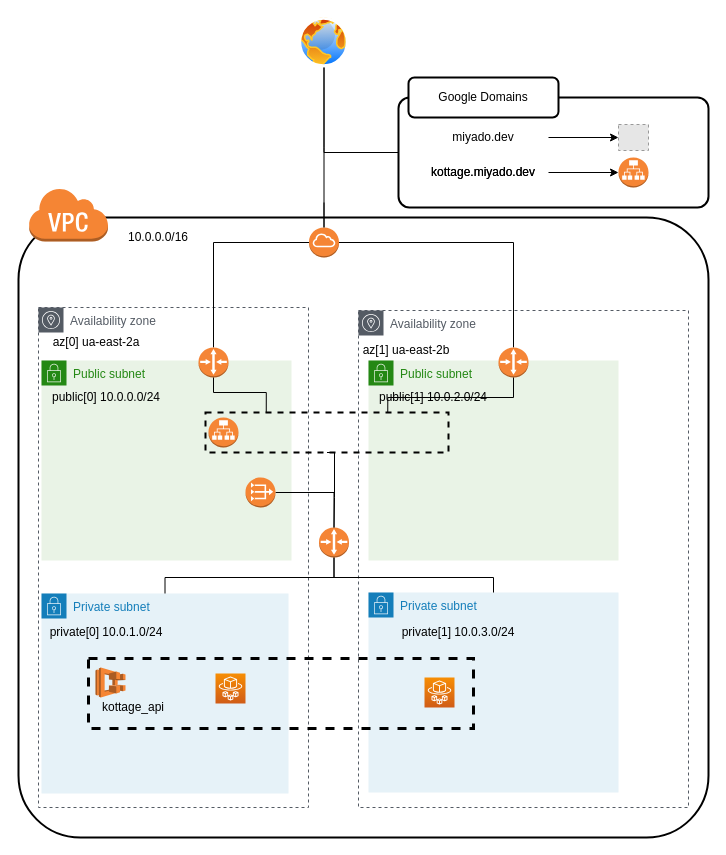
Above: infra/kottage-network.drawio in hmiyado/kottage (draw.io), before the change. Source tidied: cells renumbered, new cells numbered last; positions are measured from the earlier drawing's top-left corner, leaving out a move shared by most shapes. Both pictures are drawn from the tidied source at 100%, with x=0, y=0 at pixel (18, 17). Pictures stored in the file or linked from it are replaced by grey dashed boxes.
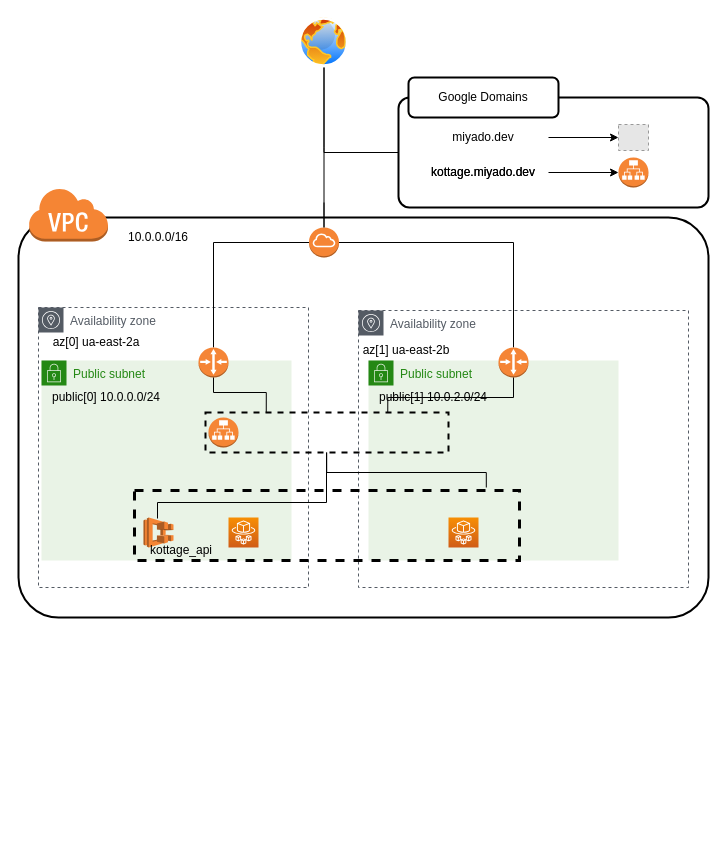
Above is the later version.

Commit message (it also covers changes not shown here):
move fargate network from private to public

The change refers to these unchanged cells:
```xml
<mxCell id="38" style="rounded=0;whiteSpace=wrap;html=1;fillColor=none;strokeWidth=2;dashed=1;" parent="1" vertex="1">
  <mxGeometry x="187" y="395" width="243" height="40" as="geometry" />
</mxCell>
```

Diff of the diagram source:
```diff
@@
     <mxCell id="2" style="rounded=1;arcSize=10;dashed=0;fillColor=none;gradientColor=none;strokeWidth=2;" parent="1" vertex="1">
-      <mxGeometry y="200" width="690" height="620" as="geometry" />
+      <mxGeometry y="200" width="690" height="400" as="geometry" />
     </mxCell>
     <mxCell id="3" value="Availability zone" style="gradientColor=none;html=1;whiteSpace=wrap;fontSize=12;fontStyle=0;shape=mxgraph.aws4.group;grIcon=mxgraph.aws4.group_availability_zone;strokeColor=#545B64;fillColor=none;verticalAlign=top;align=left;spacingLeft=30;fontColor=#545B64;dashed=1;" parent="1" vertex="1">
-      <mxGeometry x="20" y="290" width="270" height="500" as="geometry" />
+      <mxGeometry x="20" y="290" width="270" height="280" as="geometry" />
     </mxCell>
-    <mxCell id="4" value="Private subnet" style="points=[[0,0],[0.25,0],[0.5,0],[0.75,0],[1,0],[1,0.25],[1,0.5],[1,0.75],[1,1],[0.75,1],[0.5,1],[0.25,1],[0,1],[0,0.75],[0,0.5],[0,0.25]];outlineConnect=0;gradientColor=none;html=1;whiteSpace=wrap;fontSize=12;fontStyle=0;shape=mxgraph.aws4.group;grIcon=mxgraph.aws4.group_security_group;grStroke=0;strokeColor=#147EBA;fillColor=#E6F2F8;verticalAlign=top;align=left;spacingLeft=30;fontColor=#147EBA;dashed=0;" parent="1" vertex="1">
-      <mxGeometry x="23" y="576" width="247" height="200" as="geometry" />
-    </mxCell>
     <mxCell id="5" value="Availability zone" style="gradientColor=none;html=1;whiteSpace=wrap;fontSize=12;fontStyle=0;shape=mxgraph.aws4.group;grIcon=mxgraph.aws4.group_availability_zone;strokeColor=#545B64;fillColor=none;verticalAlign=top;align=left;spacingLeft=30;fontColor=#545B64;dashed=1;" parent="1" vertex="1">
-      <mxGeometry x="340" y="293" width="330" height="497" as="geometry" />
+      <mxGeometry x="340" y="293" width="330" height="277" as="geometry" />
     </mxCell>
@@
-    <mxCell id="10" value="private[0] 10.0.1.0/24" style="text;html=1;strokeColor=none;fillColor=none;align=center;verticalAlign=middle;whiteSpace=wrap;rounded=0;" parent="1" vertex="1">
-      <mxGeometry x="28" y="605" width="120" height="20" as="geometry" />
-    </mxCell>
-    <mxCell id="11" value="Private subnet" style="points=[[0,0],[0.25,0],[0.5,0],[0.75,0],[1,0],[1,0.25],[1,0.5],[1,0.75],[1,1],[0.75,1],[0.5,1],[0.25,1],[0,1],[0,0.75],[0,0.5],[0,0.25]];outlineConnect=0;gradientColor=none;html=1;whiteSpace=wrap;fontSize=12;fontStyle=0;shape=mxgraph.aws4.group;grIcon=mxgraph.aws4.group_security_group;grStroke=0;strokeColor=#147EBA;fillColor=#E6F2F8;verticalAlign=top;align=left;spacingLeft=30;fontColor=#147EBA;dashed=0;" parent="1" vertex="1">
-      <mxGeometry x="350" y="575" width="250" height="200" as="geometry" />
-    </mxCell>
-    <mxCell id="12" value="private[1] 10.0.3.0/24" style="text;html=1;strokeColor=none;fillColor=none;align=center;verticalAlign=middle;whiteSpace=wrap;rounded=0;" parent="1" vertex="1">
-      <mxGeometry x="380" y="605" width="120" height="20" as="geometry" />
-    </mxCell>
@@
-    <mxCell id="17" style="edgeStyle=elbowEdgeStyle;rounded=0;jettySize=auto;html=1;endArrow=none;endFill=0;strokeColor=#000000;elbow=vertical;exitX=0.5;exitY=0;exitDx=0;exitDy=0;exitPerimeter=0;entryX=0.5;entryY=0;entryDx=0;entryDy=0;" parent="1" edge="1" source="30" target="4">
+    <mxCell id="17" style="edgeStyle=elbowEdgeStyle;rounded=0;orthogonalLoop=1;jettySize=auto;html=1;endArrow=none;endFill=0;strokeColor=#000000;elbow=vertical;exitX=0.5;exitY=0;exitDx=0;exitDy=0;exitPerimeter=0;entryX=0.5;entryY=0;entryDx=0;entryDy=0;" parent="1" edge="1">
       <mxGeometry relative="1" as="geometry">
+        <mxPoint x="308" y="435" as="sourcePoint" />
+        <mxPoint x="139" y="501" as="targetPoint" />
         <Array as="points">
-          <mxPoint x="220" y="560" />
-          <mxPoint x="270" y="610" />
-          <mxPoint x="380" y="370" />
+          <mxPoint x="212.5" y="485" />
+          <mxPoint x="262.5" y="535" />
+          <mxPoint x="372.5" y="295" />
         </Array>
       </mxGeometry>
     </mxCell>
@@
-    <mxCell id="19" style="edgeStyle=elbowEdgeStyle;rounded=0;jettySize=auto;elbow=vertical;html=1;exitX=1;exitY=0.5;exitDx=0;exitDy=0;exitPerimeter=0;endArrow=none;endFill=0;strokeColor=#000000;entryX=0.5;entryY=0;entryDx=0;entryDy=0;entryPerimeter=0;" parent="1" edge="1" source="20" target="30">
-      <mxGeometry relative="1" as="geometry">
-        <Array as="points">
-          <mxPoint x="310" y="475" />
-          <mxPoint x="390" y="465" />
-        </Array>
-      </mxGeometry>
-    </mxCell>
-    <mxCell id="20" style="outlineConnect=0;dashed=0;verticalLabelPosition=bottom;verticalAlign=top;align=center;html=1;shape=mxgraph.aws3.vpc_nat_gateway;fillColor=#F58534;gradientColor=none;" parent="1" vertex="1">
-      <mxGeometry x="227" y="460" width="30" height="30" as="geometry" />
-    </mxCell>
     <mxCell id="21" style="fontColor=#232F3E;gradientColor=#F78E04;gradientDirection=north;fillColor=#D05C17;strokeColor=#ffffff;dashed=0;verticalLabelPosition=bottom;verticalAlign=top;align=center;html=1;fontSize=12;fontStyle=0;shape=mxgraph.aws4.resourceIcon;resIcon=mxgraph.aws4.fargate;" parent="1" vertex="1">
-      <mxGeometry x="197" y="656" width="30" height="30" as="geometry" />
+      <mxGeometry x="210" y="500" width="30" height="30" as="geometry" />
     </mxCell>
-    <mxCell id="22" style="edgeStyle=elbowEdgeStyle;rounded=0;jettySize=auto;elbow=vertical;html=1;exitX=0.5;exitY=0;exitDx=0;exitDy=0;endArrow=none;endFill=0;strokeColor=#000000;" parent="1" edge="1" source="11" target="30">
+    <mxCell id="22" style="edgeStyle=elbowEdgeStyle;rounded=0;orthogonalLoop=1;jettySize=auto;elbow=vertical;html=1;exitX=0.5;exitY=0;exitDx=0;exitDy=0;endArrow=none;endFill=0;strokeColor=#000000;" parent="1" edge="1">
       <mxGeometry relative="1" as="geometry">
+        <mxPoint x="467.8" y="470" as="sourcePoint" />
+        <mxPoint x="308.2" y="435" as="targetPoint" />
         <Array as="points">
-          <mxPoint x="410" y="560" />
-          <mxPoint x="370" y="630" />
-          <mxPoint x="1090" y="847" />
+          <mxPoint x="402.8" y="455" />
+          <mxPoint x="362.8" y="525" />
+          <mxPoint x="1082.8" y="742" />
         </Array>
       </mxGeometry>
     </mxCell>
     <mxCell id="23" style="fontColor=#232F3E;gradientColor=#F78E04;gradientDirection=north;fillColor=#D05C17;strokeColor=#ffffff;dashed=0;verticalLabelPosition=bottom;verticalAlign=top;align=center;html=1;fontSize=12;fontStyle=0;shape=mxgraph.aws4.resourceIcon;resIcon=mxgraph.aws4.fargate;" parent="1" vertex="1">
-      <mxGeometry x="406" y="660" width="30" height="30" as="geometry" />
+      <mxGeometry x="430" y="500" width="30" height="30" as="geometry" />
     </mxCell>
     <mxCell id="24" style="dashed=0;verticalLabelPosition=bottom;verticalAlign=top;align=center;html=1;shape=mxgraph.aws3.ecs;fillColor=#F58534;gradientColor=none;" parent="1" vertex="1">
-      <mxGeometry x="77" y="650" width="30" height="30" as="geometry" />
+      <mxGeometry x="125" y="500" width="30" height="30" as="geometry" />
     </mxCell>
     <mxCell id="25" value="kottage_api" style="text;html=1;strokeColor=none;align=center;verticalAlign=middle;whiteSpace=wrap;rounded=0;dashed=1;" parent="1" vertex="1">
-      <mxGeometry x="77" y="680" width="76" height="20" as="geometry" />
+      <mxGeometry x="125" y="523" width="76" height="20" as="geometry" />
     </mxCell>
@@
-    <mxCell id="30" style="outlineConnect=0;dashed=0;verticalLabelPosition=bottom;verticalAlign=top;align=center;html=1;shape=mxgraph.aws3.router;fillColor=#F58536;gradientColor=none;" parent="1" vertex="1">
-      <mxGeometry x="300.5" y="510" width="30" height="30" as="geometry" />
-    </mxCell>
@@
-    <mxCell id="37" style="edgeStyle=orthogonalEdgeStyle;rounded=0;jettySize=auto;html=1;exitX=0.5;exitY=1;exitDx=0;exitDy=0;entryX=0.5;entryY=0;entryDx=0;entryDy=0;entryPerimeter=0;endArrow=none;endFill=0;" parent="1" edge="1" source="38" target="30">
-      <mxGeometry relative="1" as="geometry">
-        <Array as="points">
-          <mxPoint x="316" y="435" />
-          <mxPoint x="316" y="480" />
-        </Array>
-      </mxGeometry>
-    </mxCell>
@@
     <mxCell id="39" style="rounded=0;whiteSpace=wrap;html=1;fillColor=none;strokeWidth=3;dashed=1;" parent="1" vertex="1">
-      <mxGeometry x="70" y="641" width="385" height="70" as="geometry" />
+      <mxGeometry x="116" y="473" width="385" height="70" as="geometry" />
     </mxCell>
```
